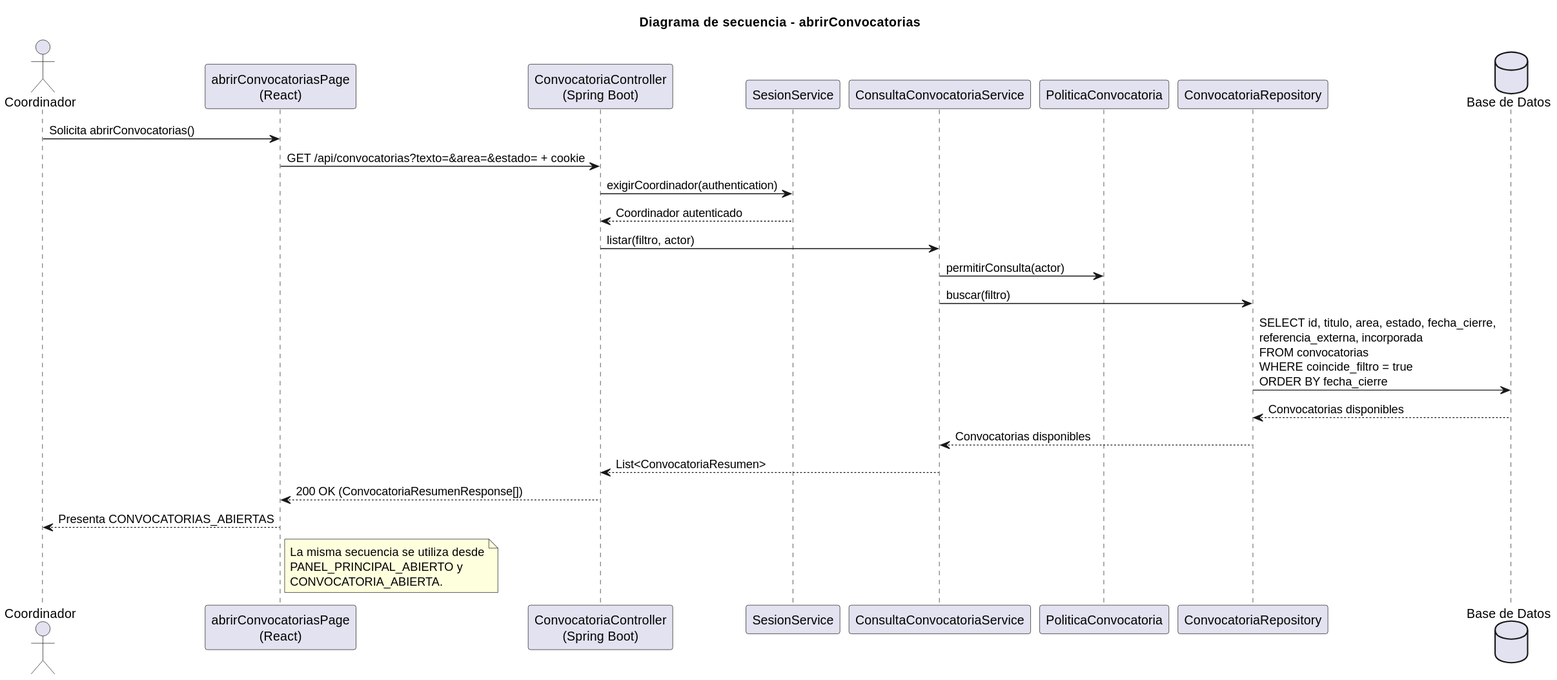
Before: images/RUP/02-diseño/casos-uso/coordinador/abrirConvocatorias/secuencia.svg, a diagram exported from PlantUML (beatriizorozco/25-26-idsw2-sdVC).
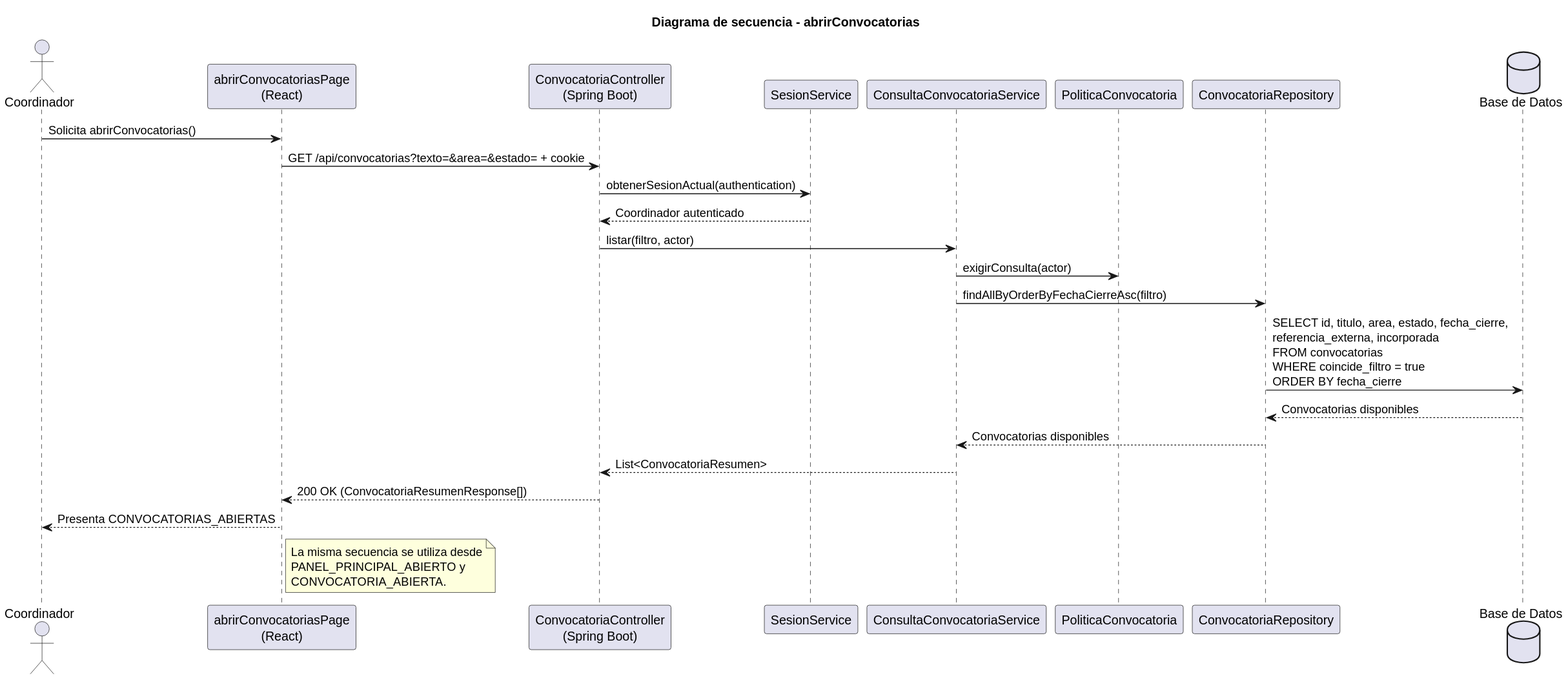
The same file after the commit.

What changed in the source:
```diff
@@ -12,11 +12,11 @@
 
 Coordinador -> Frontend: Solicita abrirConvocatorias()
 Frontend -> Api: GET /api/convocatorias?texto=&area=&estado= + cookie
-Api -> Sesion: exigirCoordinador(authentication)
+Api -> Sesion: obtenerSesionActual(authentication)
 Sesion --> Api: Coordinador autenticado
 Api -> Service: listar(filtro, actor)
-Service -> Policy: permitirConsulta(actor)
-Service -> Repo: buscar(filtro)
+Service -> Policy: exigirConsulta(actor)
+Service -> Repo: findAllByOrderByFechaCierreAsc(filtro)
 Repo -> DB: SELECT id, titulo, area, estado, fecha_cierre,\nreferencia_externa, incorporada\nFROM convocatorias\nWHERE coincide_filtro = true\nORDER BY fecha_cierre
 DB --> Repo: Convocatorias disponibles
 Repo --> Service: Convocatorias disponibles
```
